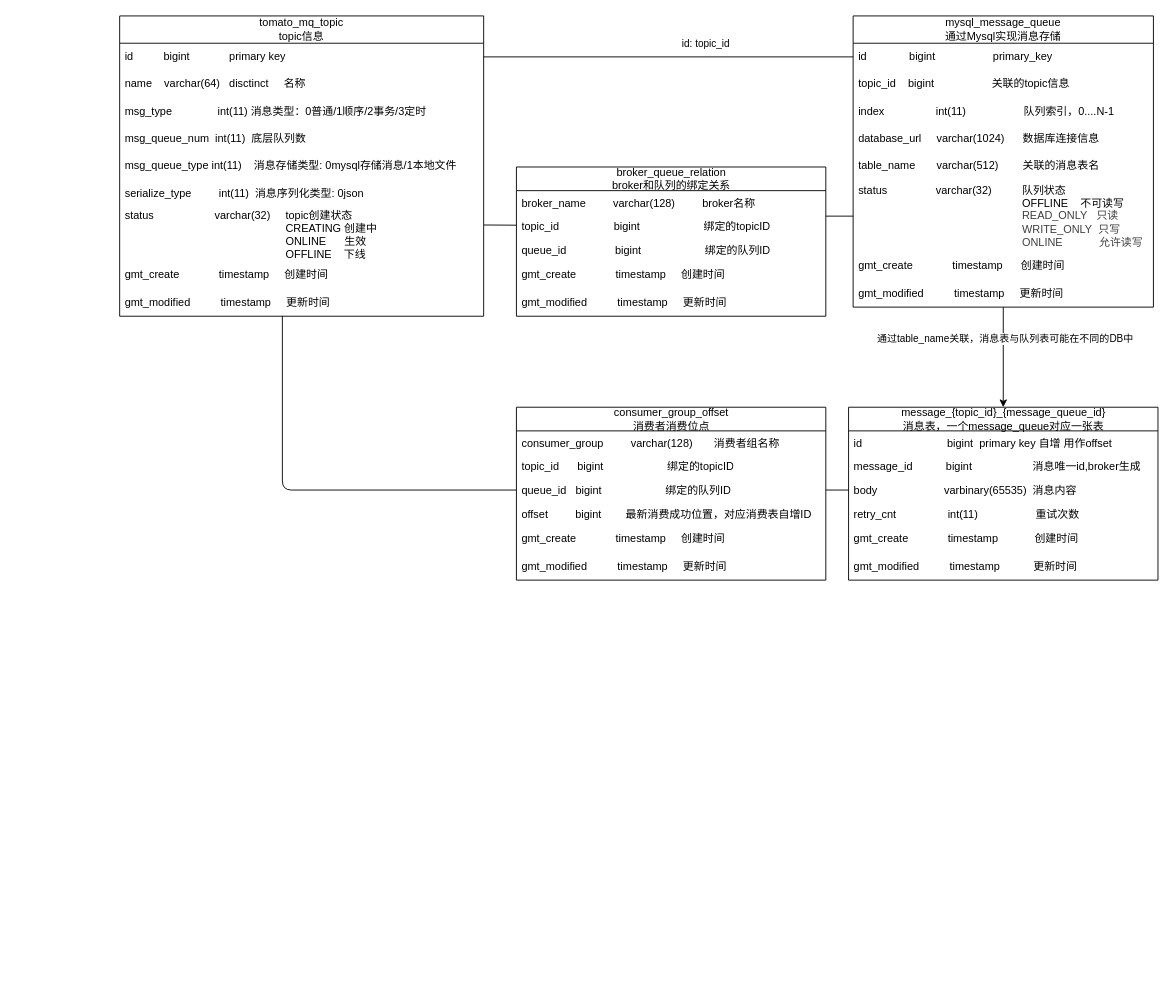
The draw.io diagram docs/model.drawio in CompassA/tomatomq, before the edit. Source tidied: cells renumbered, new cells numbered last; positions are measured from the earlier drawing's top-left corner, leaving out a move shared by most shapes. Both pictures are drawn from the tidied source at 91%, with x=0, y=0 at pixel (119, 15).
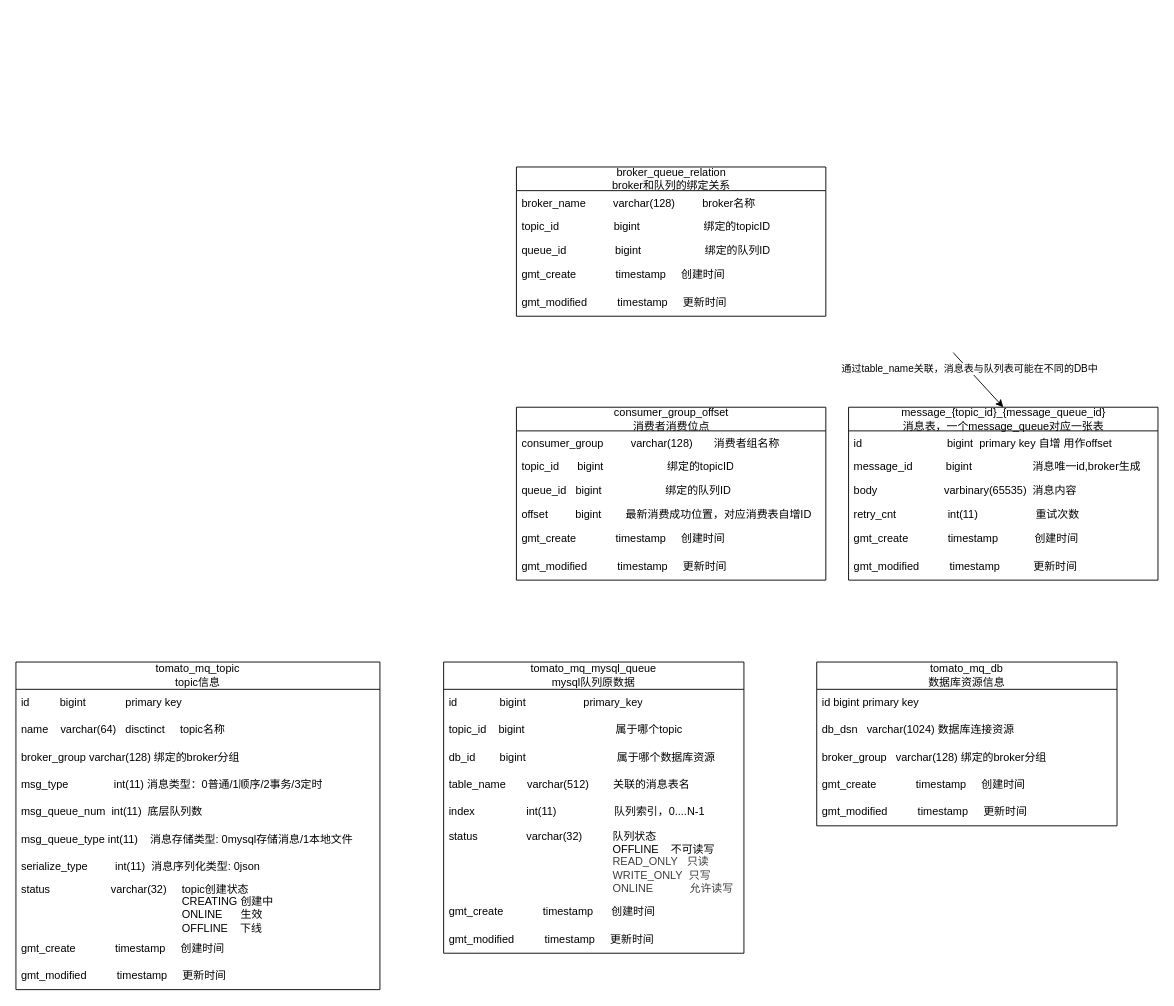
The same page after the edit.

Unchanged cells that the change refers to:
```xml
<mxCell id="3" value="id&amp;nbsp; &amp;nbsp; &amp;nbsp; &amp;nbsp; &amp;nbsp; bigint&amp;nbsp; &amp;nbsp; &amp;nbsp; &amp;nbsp; &amp;nbsp; &amp;nbsp; &amp;nbsp;primary key" style="text;strokeColor=none;fillColor=none;align=left;verticalAlign=middle;spacingLeft=4;spacingRight=4;overflow=hidden;points=[[0,0.5],[1,0.5]];portConstraint=eastwest;whiteSpace=wrap;html=1;" parent="2" vertex="1">
  <mxGeometry y="30" width="400" height="30" as="geometry" />
</mxCell>
<mxCell id="15" value="id&amp;nbsp; &amp;nbsp; &amp;nbsp; &amp;nbsp; &amp;nbsp; &amp;nbsp; &amp;nbsp; bigint&amp;nbsp; &amp;nbsp; &amp;nbsp; &amp;nbsp; &amp;nbsp; &amp;nbsp; &amp;nbsp; &amp;nbsp; &amp;nbsp; &amp;nbsp;primary_key" style="text;strokeColor=none;fillColor=none;align=left;verticalAlign=middle;spacingLeft=4;spacingRight=4;overflow=hidden;points=[[0,0.5],[1,0.5]];portConstraint=eastwest;whiteSpace=wrap;html=1;" parent="14" vertex="1">
  <mxGeometry y="30" width="330" height="30" as="geometry" />
</mxCell>
<mxCell id="20" value="status&amp;nbsp; &amp;nbsp; &amp;nbsp; &amp;nbsp; &amp;nbsp; &amp;nbsp; &amp;nbsp; &amp;nbsp; varchar(32)&amp;nbsp; &amp;nbsp; &amp;nbsp; &amp;nbsp; &amp;nbsp; 队列状态&lt;div&gt;&amp;nbsp; &amp;nbsp; &amp;nbsp; &amp;nbsp; &amp;nbsp; &amp;nbsp; &amp;nbsp; &amp;nbsp; &amp;nbsp; &amp;nbsp; &amp;nbsp; &amp;nbsp; &amp;nbsp; &amp;nbsp; &amp;nbsp; &amp;nbsp; &amp;nbsp; &amp;nbsp; &amp;nbsp; &amp;nbsp; &amp;nbsp; &amp;nbsp; &amp;nbsp; &amp;nbsp; &amp;nbsp; &amp;nbsp; &amp;nbsp; OFFLINE&amp;nbsp; &amp;nbsp; 不可读写&lt;/div&gt;&lt;div&gt;&lt;span style=&quot;color: rgb(63, 63, 63);&quot;&gt;&amp;nbsp; &amp;nbsp; &amp;nbsp; &amp;nbsp; &amp;nbsp; &amp;nbsp; &amp;nbsp; &amp;nbsp; &amp;nbsp; &amp;nbsp; &amp;nbsp; &amp;nbsp; &amp;nbsp; &amp;nbsp; &amp;nbsp; &amp;nbsp; &amp;nbsp; &amp;nbsp; &amp;nbsp; &amp;nbsp; &amp;nbsp; &amp;nbsp; &amp;nbsp; &amp;nbsp; &amp;nbsp; &amp;nbsp; &amp;nbsp; READ_ONLY&amp;nbsp; &amp;nbsp;只读&lt;/span&gt;&lt;/div&gt;&lt;div&gt;&lt;span style=&quot;color: rgb(63, 63, 63);&quot;&gt;&amp;nbsp; &amp;nbsp; &amp;nbsp; &amp;nbsp; &amp;nbsp; &amp;nbsp; &amp;nbsp; &amp;nbsp; &amp;nbsp; &amp;nbsp; &amp;nbsp; &amp;nbsp; &amp;nbsp; &amp;nbsp; &amp;nbsp; &amp;nbsp; &amp;nbsp; &amp;nbsp; &amp;nbsp; &amp;nbsp; &amp;nbsp; &amp;nbsp; &amp;nbsp; &amp;nbsp; &amp;nbsp; &amp;nbsp; &amp;nbsp; WRITE_ONLY&amp;nbsp; 只写&lt;/span&gt;&lt;/div&gt;&lt;div&gt;&lt;span style=&quot;color: rgb(63, 63, 63);&quot;&gt;&amp;nbsp; &amp;nbsp; &amp;nbsp; &amp;nbsp; &amp;nbsp; &amp;nbsp; &amp;nbsp; &amp;nbsp; &amp;nbsp; &amp;nbsp; &amp;nbsp; &amp;nbsp; &amp;nbsp; &amp;nbsp; &amp;nbsp; &amp;nbsp; &amp;nbsp; &amp;nbsp; &amp;nbsp; &amp;nbsp; &amp;nbsp; &amp;nbsp; &amp;nbsp; &amp;nbsp; &amp;nbsp; &amp;nbsp; &amp;nbsp; ONLINE&amp;nbsp; &amp;nbsp; &amp;nbsp; &amp;nbsp; &amp;nbsp; &amp;nbsp; 允许读写&lt;/span&gt;&lt;/div&gt;" style="text;strokeColor=none;fillColor=none;align=left;verticalAlign=middle;spacingLeft=4;spacingRight=4;overflow=hidden;points=[[0,0.5],[1,0.5]];portConstraint=eastwest;whiteSpace=wrap;html=1;" parent="14" vertex="1">
  <mxGeometry y="180" width="330" height="80" as="geometry" />
</mxCell>
<mxCell id="25" value="message_&lt;span style=&quot;color: rgb(0, 0, 0);&quot;&gt;{topic_id}_{message_queue_id}&lt;/span&gt;&lt;div&gt;&lt;font color=&quot;#000000&quot;&gt;消息表，一个message_queue对应一张表&lt;/font&gt;&lt;/div&gt;" style="swimlane;fontStyle=0;horizontal=1;startSize=26;fillColor=none;html=1;" parent="1" vertex="1">
  <mxGeometry x="801" y="430" width="340" height="190" as="geometry" />
</mxCell>
<mxCell id="28" value="body&amp;nbsp; &amp;nbsp; &amp;nbsp; &amp;nbsp; &amp;nbsp; &amp;nbsp; &amp;nbsp; &amp;nbsp; &amp;nbsp; &amp;nbsp; &amp;nbsp; varbinary(65535)&amp;nbsp; 消息内容" style="text;strokeColor=none;fillColor=none;align=left;verticalAlign=top;spacingLeft=4;spacingRight=4;overflow=hidden;points=[[0,0.5],[1,0.5]];portConstraint=eastwest;whiteSpace=wrap;html=1;" parent="25" vertex="1">
  <mxGeometry y="78" width="340" height="26" as="geometry" />
</mxCell>
<mxCell id="34" value="topic_id&amp;nbsp; &amp;nbsp; &amp;nbsp; &amp;nbsp; &amp;nbsp; &amp;nbsp; &amp;nbsp; &amp;nbsp; &amp;nbsp; bigint&amp;nbsp; &amp;nbsp; &amp;nbsp; &amp;nbsp; &amp;nbsp; &amp;nbsp; &amp;nbsp; &amp;nbsp; &amp;nbsp; &amp;nbsp; &amp;nbsp;绑定的topicID&lt;div&gt;&lt;br&gt;&lt;/div&gt;" style="text;strokeColor=none;fillColor=none;align=left;verticalAlign=top;spacingLeft=4;spacingRight=4;overflow=hidden;points=[[0,0.5],[1,0.5]];portConstraint=eastwest;whiteSpace=wrap;html=1;" parent="32" vertex="1">
  <mxGeometry y="52" width="340" height="26" as="geometry" />
</mxCell>
<mxCell id="41" value="queue_id&amp;nbsp; &amp;nbsp;bigint&amp;nbsp; &amp;nbsp; &amp;nbsp; &amp;nbsp; &amp;nbsp; &amp;nbsp; &amp;nbsp; &amp;nbsp; &amp;nbsp; &amp;nbsp; &amp;nbsp;绑定的队列ID&lt;div&gt;&lt;br&gt;&lt;/div&gt;" style="text;strokeColor=none;fillColor=none;align=left;verticalAlign=top;spacingLeft=4;spacingRight=4;overflow=hidden;points=[[0,0.5],[1,0.5]];portConstraint=eastwest;whiteSpace=wrap;html=1;" parent="38" vertex="1">
  <mxGeometry y="78" width="340" height="26" as="geometry" />
</mxCell>
```

Change to the diagram source:
```diff
@@
     <mxCell id="2" value="tomato_mq_topic&lt;div&gt;topic信息&lt;/div&gt;" style="swimlane;fontStyle=0;horizontal=1;startSize=30;whiteSpace=wrap;html=1;" parent="1" vertex="1">
-      <mxGeometry width="400" height="330" as="geometry" />
+      <mxGeometry x="-114" y="710" width="400" height="360" as="geometry" />
     </mxCell>
@@
-    <mxCell id="4" value="name&amp;nbsp; &amp;nbsp; varchar(64)&amp;nbsp; &amp;nbsp;disctinct&amp;nbsp; &amp;nbsp; &amp;nbsp;名称" style="text;strokeColor=none;fillColor=none;align=left;verticalAlign=middle;spacingLeft=4;spacingRight=4;overflow=hidden;whiteSpace=wrap;html=1;" parent="2" vertex="1">
+    <mxCell id="4" value="name&amp;nbsp; &amp;nbsp; varchar(64)&amp;nbsp; &amp;nbsp;disctinct&amp;nbsp; &amp;nbsp; &amp;nbsp;topic名称" style="text;strokeColor=none;fillColor=none;align=left;verticalAlign=middle;spacingLeft=4;spacingRight=4;overflow=hidden;whiteSpace=wrap;html=1;" parent="2" vertex="1">
       <mxGeometry y="60" width="400" height="30" as="geometry" />
     </mxCell>
+    <mxCell id="49" value="broker_group varchar(128) 绑定的broker分组" style="text;strokeColor=none;fillColor=none;align=left;verticalAlign=middle;spacingLeft=4;spacingRight=4;overflow=hidden;whiteSpace=wrap;html=1;" parent="2" vertex="1">
+      <mxGeometry y="90" width="400" height="30" as="geometry" />
+    </mxCell>
     <mxCell id="5" value="msg_type&amp;nbsp; &amp;nbsp; &amp;nbsp; &amp;nbsp; &amp;nbsp; &amp;nbsp; &amp;nbsp; &amp;nbsp;int(11) 消息类型：0普通/1顺序/2事务/3定时" style="text;strokeColor=none;fillColor=none;align=left;verticalAlign=middle;spacingLeft=4;spacingRight=4;overflow=hidden;whiteSpace=wrap;html=1;" parent="2" vertex="1">
-      <mxGeometry y="90" width="400" height="30" as="geometry" />
+      <mxGeometry y="120" width="400" height="30" as="geometry" />
     </mxCell>
     <mxCell id="6" value="msg_queue_num&amp;nbsp; int(11)&amp;nbsp; 底层队列数" style="text;strokeColor=none;fillColor=none;align=left;verticalAlign=middle;spacingLeft=4;spacingRight=4;overflow=hidden;whiteSpace=wrap;html=1;" parent="2" vertex="1">
-      <mxGeometry y="120" width="400" height="30" as="geometry" />
+      <mxGeometry y="150" width="400" height="30" as="geometry" />
     </mxCell>
     <mxCell id="7" value="msg_queue_type int(11)&amp;nbsp; &amp;nbsp; 消息存储类型: 0mysql存储消息/1本地文件" style="text;strokeColor=none;fillColor=none;align=left;verticalAlign=middle;spacingLeft=4;spacingRight=4;overflow=hidden;whiteSpace=wrap;html=1;" parent="2" vertex="1">
-      <mxGeometry y="150" width="400" height="30" as="geometry" />
+      <mxGeometry y="180" width="400" height="30" as="geometry" />
     </mxCell>
     <mxCell id="8" value="serialize_type&amp;nbsp; &amp;nbsp; &amp;nbsp; &amp;nbsp; &amp;nbsp;int(11)&amp;nbsp; 消息序列化类型: 0json" style="text;strokeColor=none;fillColor=none;align=left;verticalAlign=middle;spacingLeft=4;spacingRight=4;overflow=hidden;whiteSpace=wrap;html=1;" parent="2" vertex="1">
-      <mxGeometry y="180" width="400" height="30" as="geometry" />
+      <mxGeometry y="210" width="400" height="30" as="geometry" />
     </mxCell>
     <mxCell id="9" value="status&amp;nbsp; &amp;nbsp; &amp;nbsp; &amp;nbsp; &amp;nbsp; &amp;nbsp; &amp;nbsp; &amp;nbsp; &amp;nbsp; &amp;nbsp; varchar(32)&amp;nbsp; &amp;nbsp; &amp;nbsp;topic创建状态&lt;div&gt;&amp;nbsp; &amp;nbsp; &amp;nbsp; &amp;nbsp; &amp;nbsp; &amp;nbsp; &amp;nbsp; &amp;nbsp; &amp;nbsp; &amp;nbsp; &amp;nbsp; &amp;nbsp; &amp;nbsp; &amp;nbsp; &amp;nbsp; &amp;nbsp; &amp;nbsp; &amp;nbsp; &amp;nbsp; &amp;nbsp; &amp;nbsp; &amp;nbsp; &amp;nbsp; &amp;nbsp; &amp;nbsp; &amp;nbsp; &amp;nbsp;CREATING 创建中&lt;/div&gt;&lt;div&gt;&amp;nbsp; &amp;nbsp; &amp;nbsp; &amp;nbsp; &amp;nbsp; &amp;nbsp; &amp;nbsp; &amp;nbsp; &amp;nbsp; &amp;nbsp; &amp;nbsp; &amp;nbsp; &amp;nbsp; &amp;nbsp; &amp;nbsp; &amp;nbsp; &amp;nbsp; &amp;nbsp; &amp;nbsp; &amp;nbsp; &amp;nbsp; &amp;nbsp; &amp;nbsp; &amp;nbsp; &amp;nbsp; &amp;nbsp; &amp;nbsp;ONLINE&amp;nbsp; &amp;nbsp; &amp;nbsp; 生效&lt;/div&gt;&lt;div&gt;&amp;nbsp; &amp;nbsp; &amp;nbsp; &amp;nbsp; &amp;nbsp; &amp;nbsp; &amp;nbsp; &amp;nbsp; &amp;nbsp; &amp;nbsp; &amp;nbsp; &amp;nbsp; &amp;nbsp; &amp;nbsp; &amp;nbsp; &amp;nbsp; &amp;nbsp; &amp;nbsp; &amp;nbsp; &amp;nbsp; &amp;nbsp; &amp;nbsp; &amp;nbsp; &amp;nbsp; &amp;nbsp; &amp;nbsp; &amp;nbsp;OFFLINE&amp;nbsp; &amp;nbsp; 下线&lt;/div&gt;&lt;div&gt;&lt;br&gt;&lt;/div&gt;" style="text;strokeColor=none;fillColor=none;align=left;verticalAlign=middle;spacingLeft=4;spacingRight=4;overflow=hidden;points=[[0,0.5],[1,0.5]];portConstraint=eastwest;whiteSpace=wrap;html=1;" parent="2" vertex="1">
-      <mxGeometry y="210" width="400" height="60" as="geometry" />
+      <mxGeometry y="240" width="400" height="60" as="geometry" />
     </mxCell>
     <mxCell id="10" value="gmt_create&amp;nbsp; &amp;nbsp; &amp;nbsp; &amp;nbsp; &amp;nbsp; &amp;nbsp; &amp;nbsp;timestamp&amp;nbsp; &amp;nbsp; &amp;nbsp;创建时间" style="text;strokeColor=none;fillColor=none;align=left;verticalAlign=middle;spacingLeft=4;spacingRight=4;overflow=hidden;whiteSpace=wrap;html=1;" parent="2" vertex="1">
-      <mxGeometry y="270" width="400" height="30" as="geometry" />
+      <mxGeometry y="300" width="400" height="30" as="geometry" />
     </mxCell>
     <mxCell id="11" value="gmt_modified&amp;nbsp; &amp;nbsp; &amp;nbsp; &amp;nbsp; &amp;nbsp; timestamp&amp;nbsp; &amp;nbsp; &amp;nbsp;更新时间" style="text;strokeColor=none;fillColor=none;align=left;verticalAlign=middle;spacingLeft=4;spacingRight=4;overflow=hidden;points=[[0,0.5],[1,0.5]];portConstraint=eastwest;whiteSpace=wrap;html=1;" parent="2" vertex="1">
-      <mxGeometry y="300" width="400" height="30" as="geometry" />
+      <mxGeometry y="330" width="400" height="30" as="geometry" />
     </mxCell>
-    <mxCell id="12" style="edgeStyle=none;html=1;entryX=0.5;entryY=0;entryDx=0;entryDy=0;" parent="1" edge="1" source="14" target="25">
-      <mxGeometry relative="1" as="geometry" />
+    <mxCell id="12" style="edgeStyle=none;html=1;entryX=0.5;entryY=0;entryDx=0;entryDy=0;" parent="1" edge="1" target="25">
+      <mxGeometry relative="1" as="geometry">
+        <mxPoint x="916" y="370" as="sourcePoint" />
+      </mxGeometry>
     </mxCell>
@@
-    <mxCell id="14" value="mysql_message_queue&lt;div&gt;通过Mysql实现消息存储&lt;/div&gt;" style="swimlane;fontStyle=0;horizontal=1;startSize=30;whiteSpace=wrap;html=1;" parent="1" vertex="1">
-      <mxGeometry x="806" width="330" height="320" as="geometry" />
+    <mxCell id="14" value="tomato_mq_mysql_queue&lt;div&gt;mysql队列原数据&lt;/div&gt;" style="swimlane;fontStyle=0;horizontal=1;startSize=30;whiteSpace=wrap;html=1;" parent="1" vertex="1">
+      <mxGeometry x="356" y="710" width="330" height="320" as="geometry" />
     </mxCell>
@@
-    <mxCell id="16" value="topic_id&amp;nbsp; &amp;nbsp; bigint&amp;nbsp; &amp;nbsp; &amp;nbsp; &amp;nbsp; &amp;nbsp; &amp;nbsp; &amp;nbsp; &amp;nbsp; &amp;nbsp; &amp;nbsp;关联的topic信息" style="text;strokeColor=none;fillColor=none;align=left;verticalAlign=middle;spacingLeft=4;spacingRight=4;overflow=hidden;whiteSpace=wrap;html=1;" parent="14" vertex="1">
+    <mxCell id="16" value="topic_id&amp;nbsp; &amp;nbsp; bigint&amp;nbsp; &amp;nbsp; &amp;nbsp; &amp;nbsp; &amp;nbsp; &amp;nbsp; &amp;nbsp; &amp;nbsp; &amp;nbsp; &amp;nbsp; &amp;nbsp; &amp;nbsp; &amp;nbsp; &amp;nbsp; &amp;nbsp; 属于哪个topic" style="text;strokeColor=none;fillColor=none;align=left;verticalAlign=middle;spacingLeft=4;spacingRight=4;overflow=hidden;whiteSpace=wrap;html=1;" parent="14" vertex="1">
       <mxGeometry y="60" width="330" height="30" as="geometry" />
     </mxCell>
+    <mxCell id="50" value="db_id&amp;nbsp; &amp;nbsp; &amp;nbsp; &amp;nbsp; bigint&amp;nbsp; &amp;nbsp; &amp;nbsp; &amp;nbsp; &amp;nbsp; &amp;nbsp; &amp;nbsp; &amp;nbsp; &amp;nbsp; &amp;nbsp; &amp;nbsp; &amp;nbsp; &amp;nbsp; &amp;nbsp; &amp;nbsp; 属于哪个数据库资源" style="text;strokeColor=none;fillColor=none;align=left;verticalAlign=middle;spacingLeft=4;spacingRight=4;overflow=hidden;whiteSpace=wrap;html=1;" parent="14" vertex="1">
+      <mxGeometry y="90" width="330" height="30" as="geometry" />
+    </mxCell>
+    <mxCell id="19" value="table_name&amp;nbsp; &amp;nbsp; &amp;nbsp; &amp;nbsp;varchar(512)&amp;nbsp; &amp;nbsp; &amp;nbsp; &amp;nbsp; 关联的消息表名" style="text;strokeColor=none;fillColor=none;align=left;verticalAlign=middle;spacingLeft=4;spacingRight=4;overflow=hidden;whiteSpace=wrap;html=1;" parent="14" vertex="1">
+      <mxGeometry y="120" width="330" height="30" as="geometry" />
+    </mxCell>
     <mxCell id="17" value="index&amp;nbsp; &amp;nbsp; &amp;nbsp; &amp;nbsp; &amp;nbsp; &amp;nbsp; &amp;nbsp; &amp;nbsp; &amp;nbsp;int(11)&amp;nbsp; &amp;nbsp; &amp;nbsp; &amp;nbsp; &amp;nbsp; &amp;nbsp; &amp;nbsp; &amp;nbsp; &amp;nbsp; &amp;nbsp;队列索引，0....N-1" style="text;strokeColor=none;fillColor=none;align=left;verticalAlign=middle;spacingLeft=4;spacingRight=4;overflow=hidden;whiteSpace=wrap;html=1;" parent="14" vertex="1">
-      <mxGeometry y="90" width="330" height="30" as="geometry" />
+      <mxGeometry y="150" width="330" height="30" as="geometry" />
     </mxCell>
-    <mxCell id="18" value="database_url&amp;nbsp; &amp;nbsp; &amp;nbsp;varchar(1024)&amp;nbsp; &amp;nbsp; &amp;nbsp; 数据库连接信息" style="text;strokeColor=none;fillColor=none;align=left;verticalAlign=middle;spacingLeft=4;spacingRight=4;overflow=hidden;whiteSpace=wrap;html=1;" parent="14" vertex="1">
-      <mxGeometry y="120" width="330" height="30" as="geometry" />
-    </mxCell>
-    <mxCell id="19" value="table_name&amp;nbsp; &amp;nbsp; &amp;nbsp; &amp;nbsp;varchar(512)&amp;nbsp; &amp;nbsp; &amp;nbsp; &amp;nbsp; 关联的消息表名" style="text;strokeColor=none;fillColor=none;align=left;verticalAlign=middle;spacingLeft=4;spacingRight=4;overflow=hidden;whiteSpace=wrap;html=1;" parent="14" vertex="1">
-      <mxGeometry y="150" width="330" height="30" as="geometry" />
-    </mxCell>
@@
-    <mxCell id="23" style="edgeStyle=none;html=1;exitX=1;exitY=0.5;exitDx=0;exitDy=0;entryX=0;entryY=0.5;entryDx=0;entryDy=0;endArrow=none;endFill=0;" parent="1" edge="1" source="3" target="15">
-      <mxGeometry relative="1" as="geometry" />
-    </mxCell>
-    <mxCell id="24" value="id: topic_id" style="edgeLabel;html=1;align=center;verticalAlign=middle;" parent="23" vertex="1">
-      <mxGeometry x="0.22" y="1" relative="1" as="geometry">
-        <mxPoint x="-5" y="-14" as="offset" />
-      </mxGeometry>
-    </mxCell>
@@
-    <mxCell id="45" style="edgeStyle=none;html=1;exitX=1;exitY=0.5;exitDx=0;exitDy=0;entryX=0;entryY=0.5;entryDx=0;entryDy=0;endArrow=none;endFill=0;" parent="1" edge="1" source="41" target="28">
-      <mxGeometry relative="1" as="geometry" />
-    </mxCell>
-    <mxCell id="46" style="edgeStyle=orthogonalEdgeStyle;html=1;exitX=0;exitY=0.5;exitDx=0;exitDy=0;entryX=0.447;entryY=0.99;entryDx=0;entryDy=0;entryPerimeter=0;endArrow=none;endFill=0;" parent="1" edge="1" source="41" target="11">
-      <mxGeometry relative="1" as="geometry" />
-    </mxCell>
-    <mxCell id="47" style="endArrow=none;html=1;exitX=1.001;exitY=0.329;exitDx=0;exitDy=0;exitPerimeter=0;" parent="1" edge="1" source="9" target="34">
-      <mxGeometry relative="1" as="geometry" />
-    </mxCell>
-    <mxCell id="48" style="endArrow=none;html=1;entryX=0;entryY=0.5;entryDx=0;entryDy=0;" parent="1" edge="1" target="20">
-      <mxGeometry relative="1" as="geometry">
-        <mxPoint x="776" y="220" as="sourcePoint" />
-      </mxGeometry>
-    </mxCell>
+    <mxCell id="51" value="tomato_mq_db&lt;div&gt;数据库资源信息&lt;/div&gt;" style="swimlane;fontStyle=0;horizontal=1;startSize=30;whiteSpace=wrap;html=1;" parent="1" vertex="1">
+      <mxGeometry x="766" y="710" width="330" height="180" as="geometry" />
+    </mxCell>
+    <mxCell id="52" value="id bigint primary key" style="text;strokeColor=none;fillColor=none;align=left;verticalAlign=middle;spacingLeft=4;spacingRight=4;overflow=hidden;whiteSpace=wrap;html=1;" parent="51" vertex="1">
+      <mxGeometry y="30" width="330" height="30" as="geometry" />
+    </mxCell>
+    <mxCell id="53" value="db_dsn&amp;nbsp; &amp;nbsp;varchar(1024) 数据库连接资源" style="text;strokeColor=none;fillColor=none;align=left;verticalAlign=middle;spacingLeft=4;spacingRight=4;overflow=hidden;whiteSpace=wrap;html=1;" parent="51" vertex="1">
+      <mxGeometry y="60" width="330" height="30" as="geometry" />
+    </mxCell>
+    <mxCell id="54" value="broker_group&amp;nbsp; &amp;nbsp;varchar(128) 绑定的broker分组" style="text;strokeColor=none;fillColor=none;align=left;verticalAlign=middle;spacingLeft=4;spacingRight=4;overflow=hidden;whiteSpace=wrap;html=1;" parent="51" vertex="1">
+      <mxGeometry y="90" width="330" height="30" as="geometry" />
+    </mxCell>
+    <mxCell id="55" value="&lt;span style=&quot;color: rgb(0, 0, 0);&quot;&gt;gmt_create&amp;nbsp; &amp;nbsp; &amp;nbsp; &amp;nbsp; &amp;nbsp; &amp;nbsp; &amp;nbsp;timestamp&amp;nbsp; &amp;nbsp; &amp;nbsp;创建时间&lt;/span&gt;" style="text;strokeColor=none;fillColor=none;align=left;verticalAlign=middle;spacingLeft=4;spacingRight=4;overflow=hidden;whiteSpace=wrap;html=1;" parent="51" vertex="1">
+      <mxGeometry y="120" width="330" height="30" as="geometry" />
+    </mxCell>
+    <mxCell id="56" value="&lt;span style=&quot;color: rgb(0, 0, 0);&quot;&gt;gmt_modified&amp;nbsp; &amp;nbsp; &amp;nbsp; &amp;nbsp; &amp;nbsp; timestamp&amp;nbsp; &amp;nbsp; &amp;nbsp;更新时间&lt;/span&gt;" style="text;strokeColor=none;fillColor=none;align=left;verticalAlign=middle;spacingLeft=4;spacingRight=4;overflow=hidden;whiteSpace=wrap;html=1;" parent="51" vertex="1">
+      <mxGeometry y="150" width="330" height="30" as="geometry" />
+    </mxCell>
```
